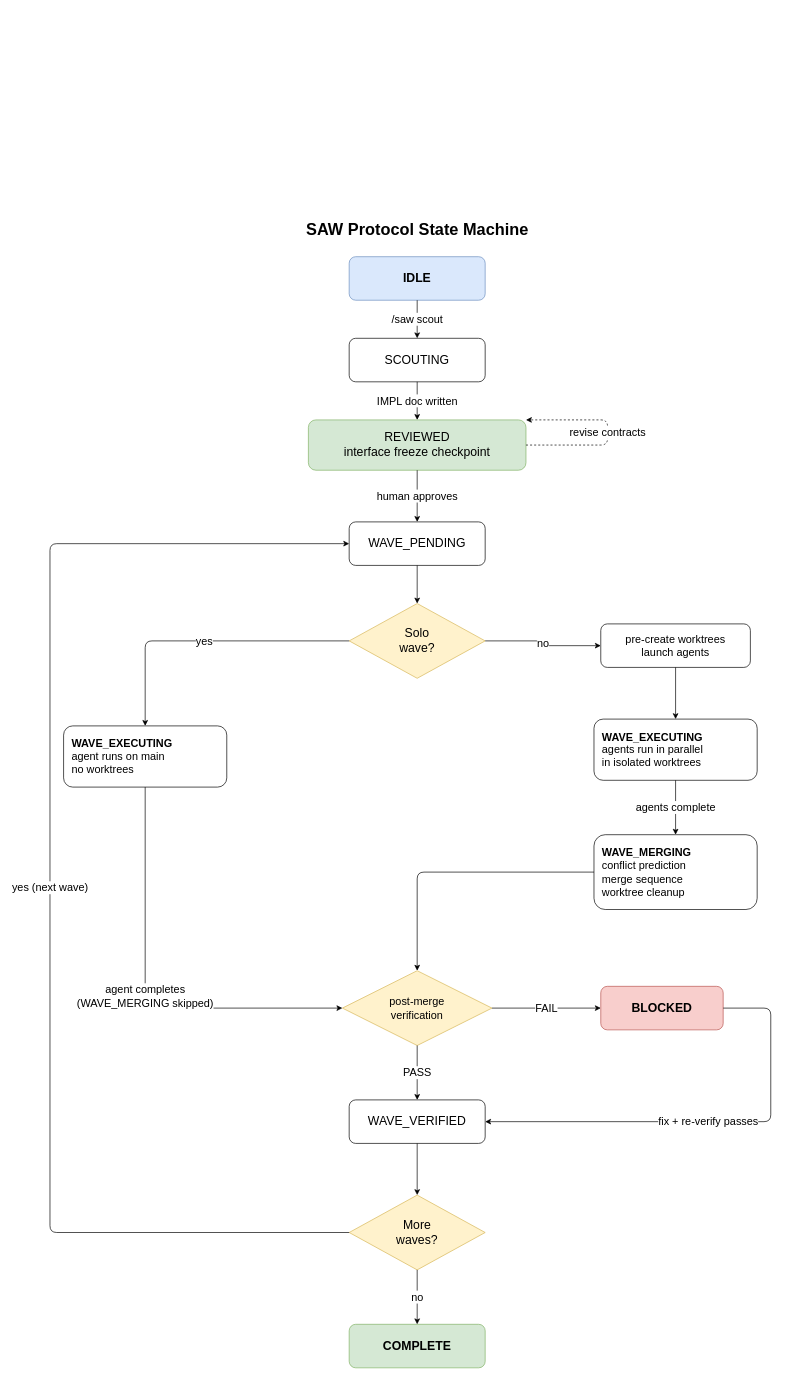
Earlier version of the draw.io diagram docs/diagrams/saw-state-machine.drawio (blackwell-systems/scout-and-wave). Source tidied: cells renumbered, new cells numbered last; positions are measured from the earlier drawing's top-left corner, leaving out a move shared by most shapes. Both pictures are drawn from the tidied source at 68%, with x=0, y=0 at pixel (50, 216).
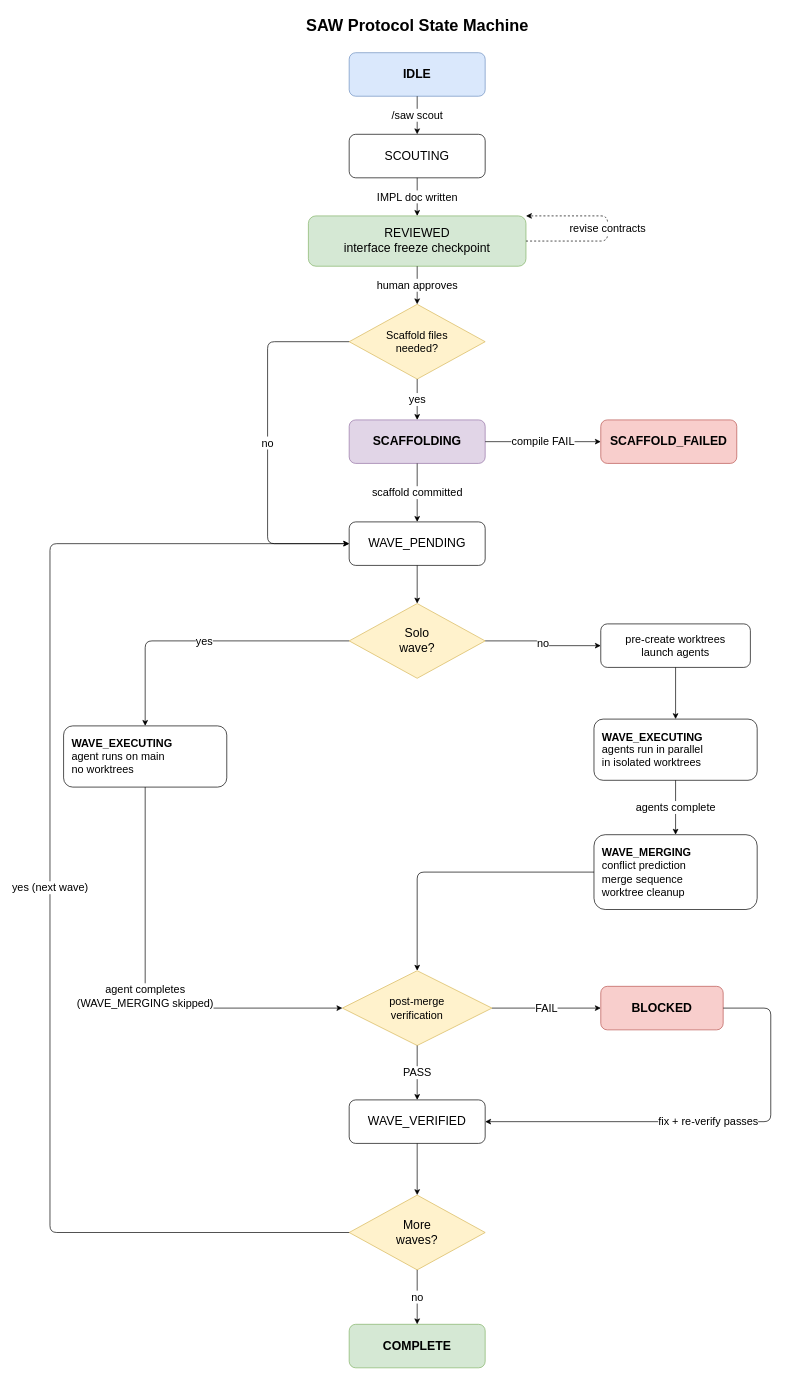
The same diagram, later.

Commit message (it also covers changes not shown here):
docs: update state machine diagram for Scaffold Agent (v0.6.0)

Insert SCAFFOLDING state and SCAFFOLD_FAILED terminal between
REVIEWED and WAVE_PENDING. Add "Scaffold files needed?" decision
diamond; "no" bypasses via left arc directly to WAVE_PENDING, "yes"
routes through SCAFFOLDING with compile FAIL and scaffold committed
exits. Shift all nodes from WAVE_PENDING through COMPLETE down 300px
to accommodate. Update all arc coordinates accordingly.

The change refers to these unchanged cells:
```xml
<mxCell id="9" value="WAVE_PENDING" style="rounded=1;whiteSpace=wrap;html=1;fontSize=18;" parent="1" vertex="1">
  <mxGeometry x="440" y="450" width="200" height="64" as="geometry" />
</mxCell>
```

What changed in the source:
```diff
@@
     <mxCell id="2" value="SAW Protocol State Machine" style="text;html=1;align=center;fontStyle=1;fontSize=24;strokeColor=none;fillColor=none;" parent="1" vertex="1">
-      <mxGeometry x="260" width="560" height="40" as="geometry" />
+      <mxGeometry x="260" y="-300" width="560" height="40" as="geometry" />
     </mxCell>
     <mxCell id="3" value="IDLE" style="rounded=1;whiteSpace=wrap;html=1;fillColor=#dae8fc;strokeColor=#6c8ebf;fontStyle=1;fontSize=18;" parent="1" vertex="1">
-      <mxGeometry x="440" y="60" width="200" height="64" as="geometry" />
+      <mxGeometry x="440" y="-240" width="200" height="64" as="geometry" />
     </mxCell>
     <mxCell id="4" value="SCOUTING" style="rounded=1;whiteSpace=wrap;html=1;fontSize=18;" parent="1" vertex="1">
-      <mxGeometry x="440" y="180" width="200" height="64" as="geometry" />
+      <mxGeometry x="440" y="-120" width="200" height="64" as="geometry" />
     </mxCell>
@@
     <mxCell id="6" value="REVIEWED&#10;interface freeze checkpoint" style="rounded=1;whiteSpace=wrap;html=1;fillColor=#d5e8d4;strokeColor=#82b366;fontSize=18;" parent="1" vertex="1">
-      <mxGeometry x="380" y="300" width="320" height="74" as="geometry" />
+      <mxGeometry x="380" width="320" height="74" as="geometry" />
     </mxCell>
@@
     <mxCell id="8" value="revise contracts" style="edgeStyle=orthogonalEdgeStyle;html=1;dashed=1;exitX=1;exitY=0.5;exitDx=0;exitDy=0;entryX=1;entryY=0;entryDx=0;entryDy=0;fontSize=16;" parent="1" edge="1" source="6" target="6">
       <mxGeometry relative="1" as="geometry">
         <Array as="points">
-          <mxPoint x="820" y="337" />
-          <mxPoint x="820" y="300" />
+          <mxPoint x="820" y="37" />
+          <mxPoint x="820" />
         </Array>
       </mxGeometry>
     </mxCell>
+    <mxCell id="10" value="human approves" style="edgeStyle=orthogonalEdgeStyle;html=1;fontSize=16;" parent="1" edge="1" source="6" target="34">
+      <mxGeometry relative="1" as="geometry" />
+    </mxCell>
+    <mxCell id="34" value="Scaffold files&#10;needed?" style="rhombus;whiteSpace=wrap;html=1;fillColor=#fff2cc;strokeColor=#d6b656;fontSize=16;" parent="1" vertex="1">
+      <mxGeometry x="440" y="130" width="200" height="110" as="geometry" />
+    </mxCell>
+    <mxCell id="35" value="SCAFFOLDING" style="rounded=1;whiteSpace=wrap;html=1;fontSize=18;fillColor=#e1d5e7;strokeColor=#9673a6;fontStyle=1;" parent="1" vertex="1">
+      <mxGeometry x="440" y="300" width="200" height="64" as="geometry" />
+    </mxCell>
+    <mxCell id="36" value="SCAFFOLD_FAILED" style="rounded=1;whiteSpace=wrap;html=1;fillColor=#f8cecc;strokeColor=#b85450;fontStyle=1;fontSize=18;" parent="1" vertex="1">
+      <mxGeometry x="810" y="300" width="200" height="64" as="geometry" />
+    </mxCell>
+    <mxCell id="37" value="yes" style="edgeStyle=orthogonalEdgeStyle;html=1;exitX=0.5;exitY=1;exitDx=0;exitDy=0;fontSize=16;" parent="1" edge="1" source="34" target="35">
+      <mxGeometry relative="1" as="geometry" />
+    </mxCell>
+    <mxCell id="38" value="no" style="edgeStyle=orthogonalEdgeStyle;html=1;exitX=0;exitY=0.5;exitDx=0;exitDy=0;entryX=0;entryY=0.5;entryDx=0;entryDy=0;fontSize=16;" parent="1" edge="1" source="34" target="9">
+      <mxGeometry relative="1" as="geometry">
+        <Array as="points">
+          <mxPoint x="320" y="185" />
+          <mxPoint x="320" y="482" />
+        </Array>
+      </mxGeometry>
+    </mxCell>
+    <mxCell id="39" value="scaffold committed" style="edgeStyle=orthogonalEdgeStyle;html=1;fontSize=16;" parent="1" edge="1" source="35" target="9">
+      <mxGeometry relative="1" as="geometry" />
+    </mxCell>
+    <mxCell id="40" value="compile FAIL" style="edgeStyle=orthogonalEdgeStyle;html=1;exitX=1;exitY=0.5;exitDx=0;exitDy=0;fontSize=16;" parent="1" edge="1" source="35" target="36">
+      <mxGeometry relative="1" as="geometry" />
+    </mxCell>
@@
-    <mxCell id="10" value="human approves" style="edgeStyle=orthogonalEdgeStyle;html=1;fontSize=16;" parent="1" edge="1" source="6" target="9">
-      <mxGeometry relative="1" as="geometry" />
-    </mxCell>
```
